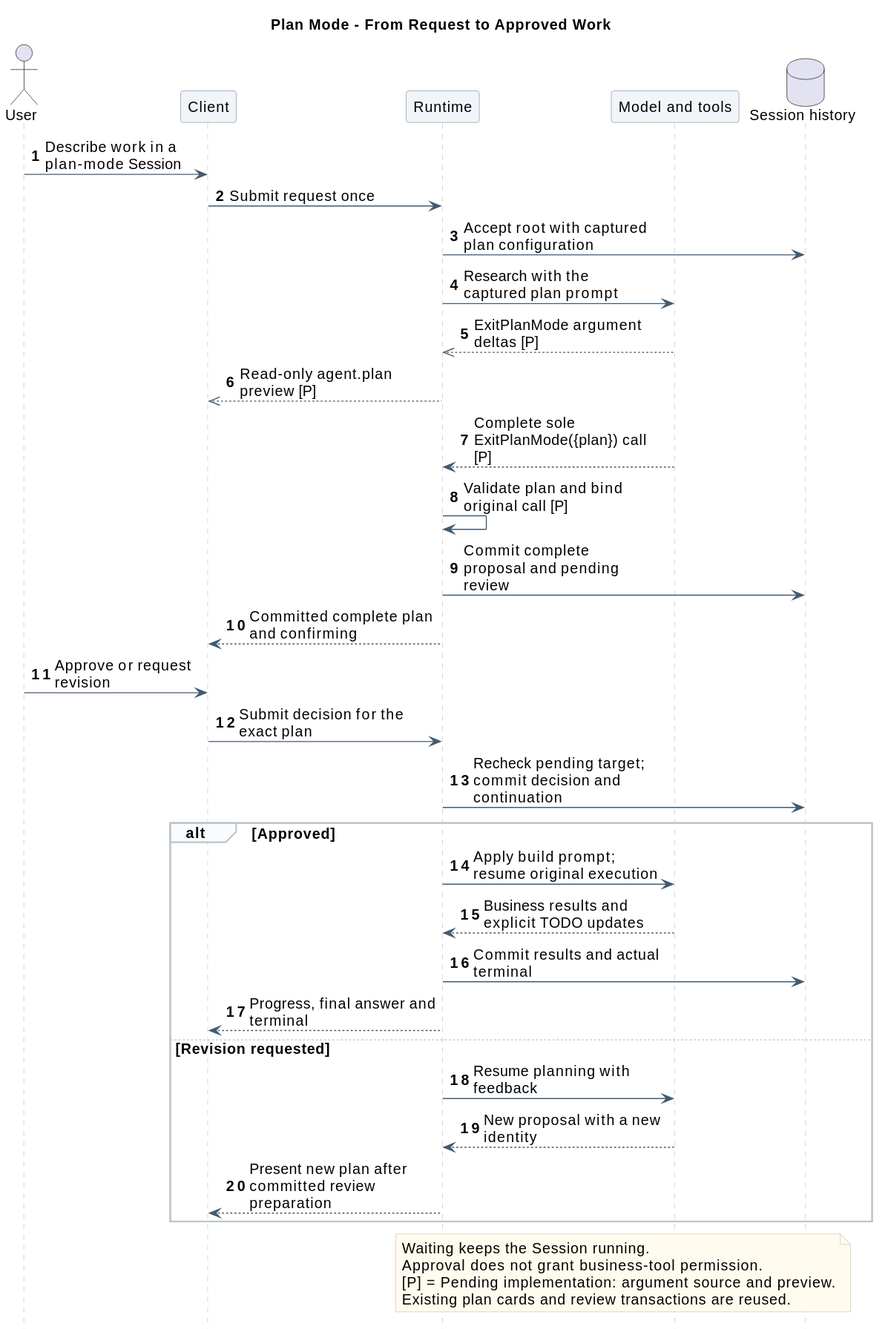
Earlier version of the PlantUML export 01-总体架构/06-CampusClaw计划模式/plan_mode_end_to_end.svg (ssm0808/pi-mono-java-design).
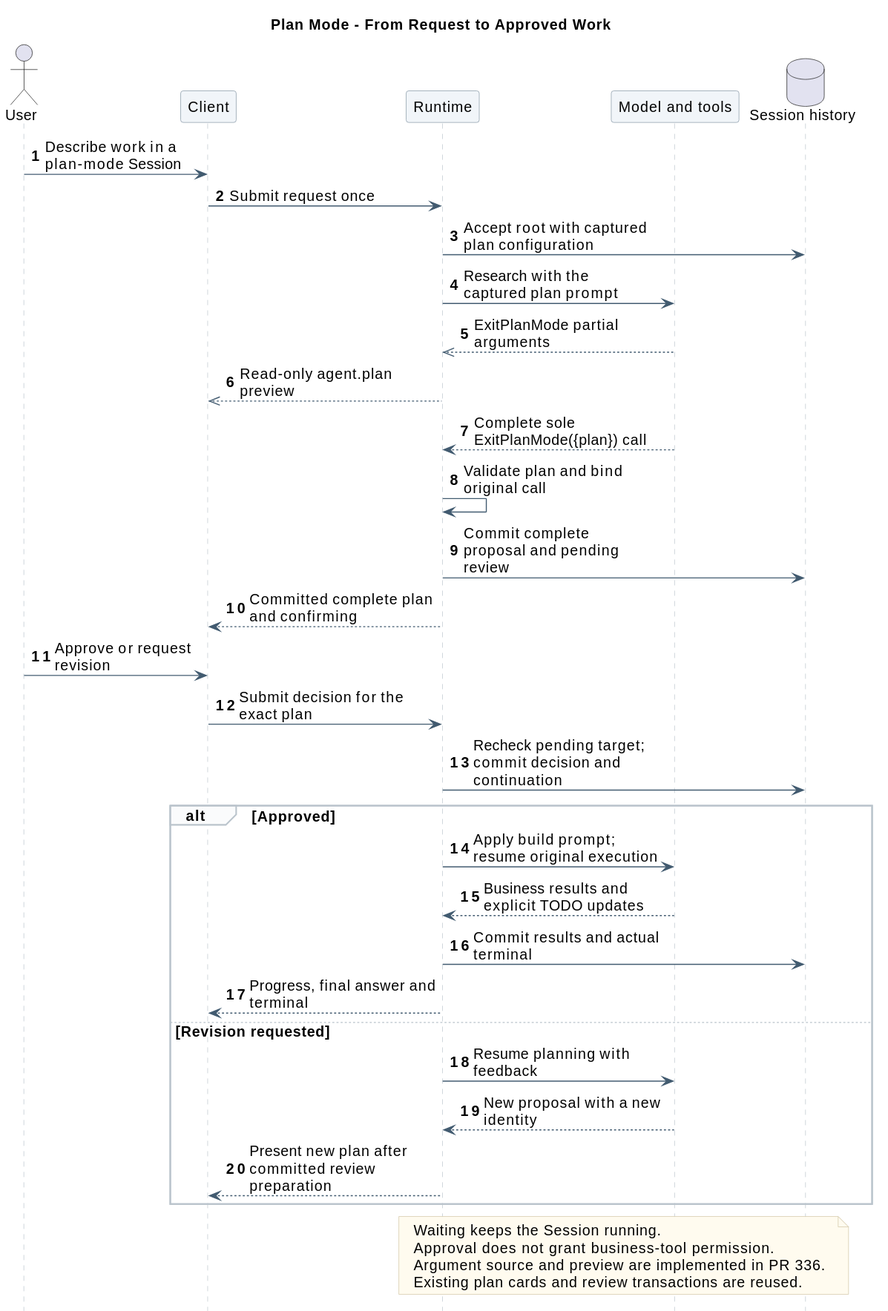
The same diagram one commit later.

The edit, as a diff of the source:
```diff
@@ -26,10 +26,10 @@
 Client -> Runtime : Submit request once
 Runtime -> DB : Accept root with captured plan configuration
 Runtime -> Agent : Research with the captured plan prompt
-Agent -->> Runtime : ExitPlanMode argument deltas [P]
-Runtime -->> Client : Read-only agent.plan preview [P]
-Agent --> Runtime : Complete sole ExitPlanMode({plan}) call [P]
-Runtime -> Runtime : Validate plan and bind original call [P]
+Agent -->> Runtime : ExitPlanMode partial arguments
+Runtime -->> Client : Read-only agent.plan preview
+Agent --> Runtime : Complete sole ExitPlanMode({plan}) call
+Runtime -> Runtime : Validate plan and bind original call
 Runtime -> DB : Commit complete proposal and pending review
 Runtime --> Client : Committed complete plan and confirming
 User -> Client : Approve or request revision
@@ -48,7 +48,7 @@
 note over Runtime,DB
   Waiting keeps the Session running.
   Approval does not grant business-tool permission.
-  [P] = Pending implementation: argument source and preview.
+  Argument source and preview are implemented in PR 336.
   Existing plan cards and review transactions are reused.
 end note
 @enduml
```
